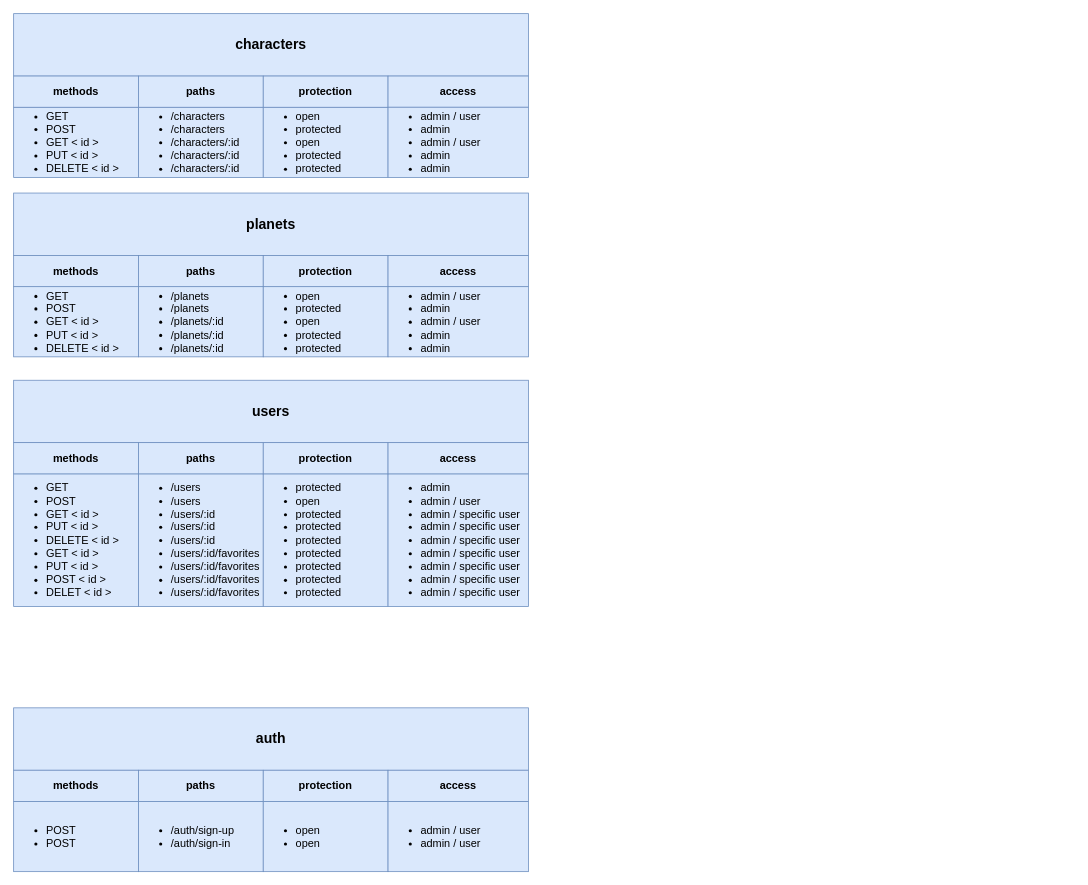
The draw.io diagram page "Page-1" (1 of 2) of diagram.drawio in diego-sepulveda-lavin/starwars-api-nest, before the edit. Source tidied: cells renumbered, new cells numbered last; positions are measured from the earlier drawing's top-left corner, leaving out a move shared by most shapes. Both pictures are drawn from the tidied source at 78%, with x=0, y=0 at pixel (13, 13).
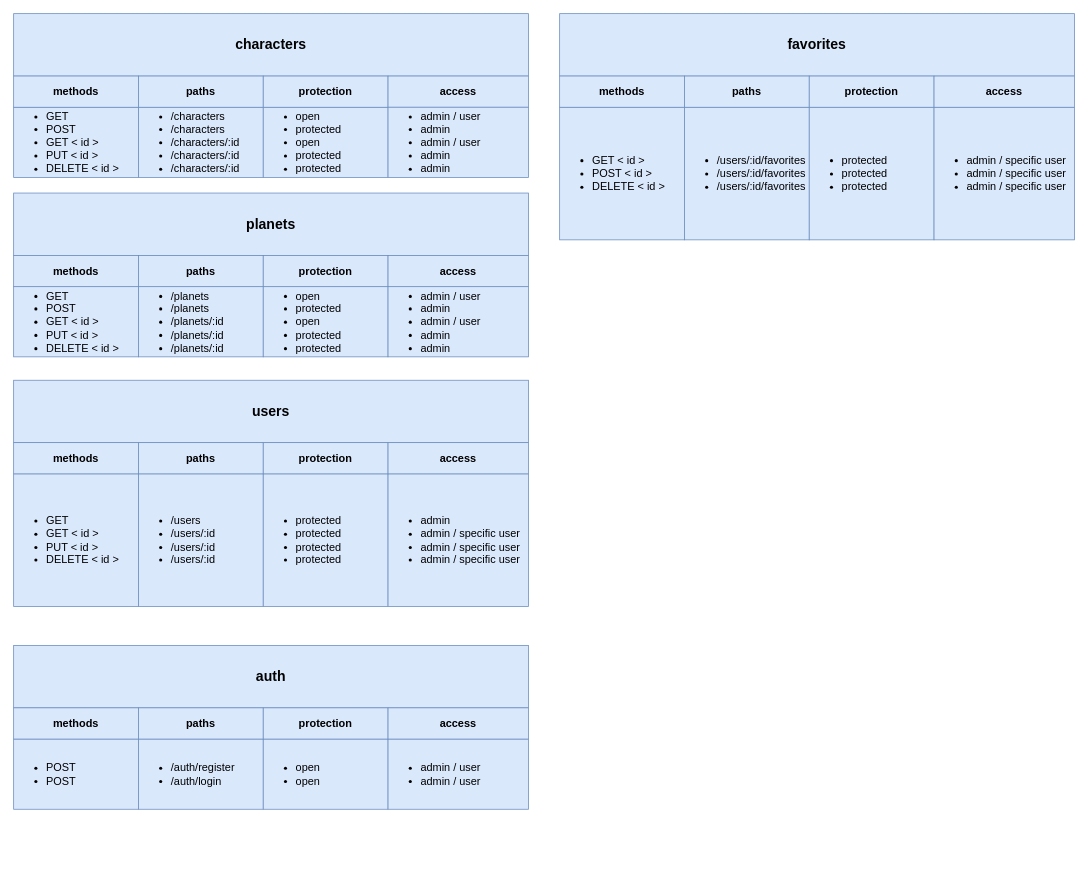
The same diagram, later.

What changed in the source:
```diff
@@
-    <mxCell id="9" value="&lt;ul style=&quot;font-size: 14px&quot;&gt;&lt;li&gt;GET&lt;/li&gt;&lt;li&gt;POST&lt;/li&gt;&lt;li&gt;GET &amp;lt; id &amp;gt;&lt;/li&gt;&lt;li&gt;PUT &amp;lt; id &amp;gt;&lt;/li&gt;&lt;li&gt;DELETE &amp;lt; id &amp;gt;&lt;/li&gt;&lt;li&gt;GET &amp;lt; id &amp;gt;&lt;/li&gt;&lt;li&gt;PUT &amp;lt; id &amp;gt;&lt;/li&gt;&lt;li&gt;POST &amp;lt; id &amp;gt;&lt;/li&gt;&lt;li&gt;DELET &amp;lt; id &amp;gt;&lt;/li&gt;&lt;/ul&gt;" style="whiteSpace=wrap;html=1;align=left;fillColor=#dae8fc;strokeColor=#6c8ebf;" parent="1" vertex="1">
+    <mxCell id="9" value="&lt;ul style=&quot;font-size: 14px&quot;&gt;&lt;li&gt;GET&lt;/li&gt;&lt;li&gt;GET &amp;lt; id &amp;gt;&lt;/li&gt;&lt;li&gt;PUT &amp;lt; id &amp;gt;&lt;/li&gt;&lt;li&gt;DELETE &amp;lt; id &amp;gt;&lt;/li&gt;&lt;/ul&gt;" style="whiteSpace=wrap;html=1;align=left;fillColor=#dae8fc;strokeColor=#6c8ebf;" parent="1" vertex="1">
       <mxGeometry y="590" width="160" height="170" as="geometry" />
     </mxCell>
-    <mxCell id="10" value="&lt;ul style=&quot;font-size: 14px&quot;&gt;&lt;li&gt;/users&lt;/li&gt;&lt;li&gt;/users&lt;/li&gt;&lt;li&gt;/users/:id&lt;/li&gt;&lt;li&gt;/users/:id&lt;/li&gt;&lt;li&gt;/users/:id&lt;/li&gt;&lt;li&gt;/users/:id/favorites&lt;/li&gt;&lt;li&gt;/users/:id/favorites&lt;/li&gt;&lt;li&gt;/users/:id/favorites&lt;/li&gt;&lt;li&gt;/users/:id/favorites&lt;/li&gt;&lt;/ul&gt;" style="whiteSpace=wrap;html=1;align=left;fillColor=#dae8fc;strokeColor=#6c8ebf;" parent="1" vertex="1">
+    <mxCell id="10" value="&lt;ul style=&quot;font-size: 14px&quot;&gt;&lt;li&gt;/users&lt;/li&gt;&lt;li&gt;/users/:id&lt;/li&gt;&lt;li&gt;/users/:id&lt;/li&gt;&lt;li&gt;/users/:id&lt;/li&gt;&lt;/ul&gt;" style="whiteSpace=wrap;html=1;align=left;fillColor=#dae8fc;strokeColor=#6c8ebf;" parent="1" vertex="1">
       <mxGeometry x="160" y="590" width="160" height="170" as="geometry" />
     </mxCell>
     <mxCell id="11" value="&lt;font size=&quot;1&quot;&gt;&lt;b style=&quot;font-size: 18px&quot;&gt;auth&lt;/b&gt;&lt;/font&gt;" style="whiteSpace=wrap;html=1;fillColor=#dae8fc;strokeColor=#6c8ebf;" parent="1" vertex="1">
-      <mxGeometry y="890" width="660" height="80" as="geometry" />
+      <mxGeometry y="810" width="660" height="80" as="geometry" />
     </mxCell>
     <mxCell id="12" value="&lt;ul style=&quot;font-size: 14px&quot;&gt;&lt;li&gt;POST&lt;/li&gt;&lt;li&gt;POST&lt;/li&gt;&lt;/ul&gt;" style="whiteSpace=wrap;html=1;align=left;fillColor=#dae8fc;strokeColor=#6c8ebf;" parent="1" vertex="1">
-      <mxGeometry y="1010" width="160" height="90" as="geometry" />
+      <mxGeometry y="930" width="160" height="90" as="geometry" />
     </mxCell>
-    <mxCell id="13" value="&lt;ul style=&quot;font-size: 14px&quot;&gt;&lt;li&gt;/auth/sign-up&lt;/li&gt;&lt;li&gt;/auth/sign-in&lt;/li&gt;&lt;/ul&gt;" style="whiteSpace=wrap;html=1;align=left;fillColor=#dae8fc;strokeColor=#6c8ebf;" parent="1" vertex="1">
-      <mxGeometry x="160" y="1010" width="160" height="90" as="geometry" />
+    <mxCell id="13" value="&lt;ul style=&quot;font-size: 14px&quot;&gt;&lt;li&gt;/auth/register&lt;/li&gt;&lt;li&gt;/auth/login&lt;/li&gt;&lt;/ul&gt;" style="whiteSpace=wrap;html=1;align=left;fillColor=#dae8fc;strokeColor=#6c8ebf;" parent="1" vertex="1">
+      <mxGeometry x="160" y="930" width="160" height="90" as="geometry" />
     </mxCell>
@@
-    <mxCell id="15" value="&lt;ul style=&quot;font-size: 14px&quot;&gt;&lt;li&gt;protected&lt;/li&gt;&lt;li&gt;open&lt;/li&gt;&lt;li&gt;protected&lt;/li&gt;&lt;li&gt;protected&lt;/li&gt;&lt;li&gt;protected&lt;/li&gt;&lt;li&gt;protected&lt;/li&gt;&lt;li&gt;protected&lt;/li&gt;&lt;li&gt;protected&lt;/li&gt;&lt;li&gt;protected&lt;/li&gt;&lt;/ul&gt;" style="whiteSpace=wrap;html=1;align=left;fillColor=#dae8fc;strokeColor=#6c8ebf;" parent="1" vertex="1">
+    <mxCell id="15" value="&lt;ul style=&quot;font-size: 14px&quot;&gt;&lt;li&gt;protected&lt;/li&gt;&lt;li&gt;protected&lt;/li&gt;&lt;li&gt;protected&lt;/li&gt;&lt;li&gt;protected&lt;/li&gt;&lt;/ul&gt;" style="whiteSpace=wrap;html=1;align=left;fillColor=#dae8fc;strokeColor=#6c8ebf;" parent="1" vertex="1">
       <mxGeometry x="320" y="590" width="160" height="170" as="geometry" />
     </mxCell>
-    <mxCell id="16" value="&lt;ul style=&quot;font-size: 14px&quot;&gt;&lt;li&gt;admin&lt;/li&gt;&lt;li&gt;admin / user&lt;/li&gt;&lt;li&gt;admin / specific user&lt;/li&gt;&lt;li&gt;admin / specific user&lt;/li&gt;&lt;li&gt;admin / specific user&lt;/li&gt;&lt;li&gt;admin / specific user&lt;/li&gt;&lt;li&gt;admin / specific user&lt;/li&gt;&lt;li&gt;admin / specific user&lt;/li&gt;&lt;li&gt;admin / specific user&lt;/li&gt;&lt;/ul&gt;" style="whiteSpace=wrap;html=1;align=left;fillColor=#dae8fc;strokeColor=#6c8ebf;" parent="1" vertex="1">
+    <mxCell id="16" value="&lt;ul style=&quot;font-size: 14px&quot;&gt;&lt;li&gt;admin&lt;/li&gt;&lt;li&gt;admin / specific user&lt;/li&gt;&lt;li&gt;admin / specific user&lt;/li&gt;&lt;li&gt;admin / specific user&lt;/li&gt;&lt;/ul&gt;" style="whiteSpace=wrap;html=1;align=left;fillColor=#dae8fc;strokeColor=#6c8ebf;" parent="1" vertex="1">
       <mxGeometry x="480" y="590" width="180" height="170" as="geometry" />
     </mxCell>
@@
     <mxCell id="19" value="&lt;ul style=&quot;font-size: 14px&quot;&gt;&lt;li&gt;open&lt;/li&gt;&lt;li&gt;open&lt;/li&gt;&lt;/ul&gt;" style="whiteSpace=wrap;html=1;align=left;fillColor=#dae8fc;strokeColor=#6c8ebf;" parent="1" vertex="1">
-      <mxGeometry x="320" y="1010" width="160" height="90" as="geometry" />
+      <mxGeometry x="320" y="930" width="160" height="90" as="geometry" />
     </mxCell>
     <mxCell id="20" value="&lt;ul style=&quot;font-size: 14px&quot;&gt;&lt;li&gt;admin / user&lt;/li&gt;&lt;li&gt;admin / user&lt;/li&gt;&lt;/ul&gt;" style="whiteSpace=wrap;html=1;align=left;fillColor=#dae8fc;strokeColor=#6c8ebf;" parent="1" vertex="1">
-      <mxGeometry x="480" y="1010" width="180" height="90" as="geometry" />
+      <mxGeometry x="480" y="930" width="180" height="90" as="geometry" />
     </mxCell>
@@
     <mxCell id="33" value="&lt;div&gt;&lt;span style=&quot;font-size: 14px&quot;&gt;methods&lt;/span&gt;&lt;/div&gt;" style="whiteSpace=wrap;html=1;align=center;fillColor=#dae8fc;strokeColor=#6c8ebf;fontStyle=1;" parent="1" vertex="1">
-      <mxGeometry y="970" width="160" height="40" as="geometry" />
+      <mxGeometry y="890" width="160" height="40" as="geometry" />
     </mxCell>
     <mxCell id="34" value="&lt;div&gt;&lt;span style=&quot;font-size: 14px&quot;&gt;paths&lt;/span&gt;&lt;/div&gt;" style="whiteSpace=wrap;html=1;align=center;fillColor=#dae8fc;strokeColor=#6c8ebf;fontStyle=1;" parent="1" vertex="1">
-      <mxGeometry x="160" y="970" width="160" height="40" as="geometry" />
+      <mxGeometry x="160" y="890" width="160" height="40" as="geometry" />
     </mxCell>
     <mxCell id="35" value="&lt;span style=&quot;font-size: 14px&quot;&gt;protection&lt;/span&gt;" style="whiteSpace=wrap;html=1;align=center;fillColor=#dae8fc;strokeColor=#6c8ebf;fontStyle=1;" parent="1" vertex="1">
-      <mxGeometry x="320" y="970" width="160" height="40" as="geometry" />
+      <mxGeometry x="320" y="890" width="160" height="40" as="geometry" />
     </mxCell>
     <mxCell id="36" value="&lt;span style=&quot;font-size: 14px&quot;&gt;access&lt;/span&gt;" style="whiteSpace=wrap;html=1;align=center;fillColor=#dae8fc;strokeColor=#6c8ebf;fontStyle=1;" parent="1" vertex="1">
-      <mxGeometry x="480" y="970" width="180" height="40" as="geometry" />
+      <mxGeometry x="480" y="890" width="180" height="40" as="geometry" />
     </mxCell>
@@
+    <mxCell id="38" value="&lt;font size=&quot;1&quot;&gt;&lt;b style=&quot;font-size: 18px&quot;&gt;favorites&lt;/b&gt;&lt;/font&gt;" style="whiteSpace=wrap;html=1;fillColor=#dae8fc;strokeColor=#6c8ebf;" parent="1" vertex="1">
+      <mxGeometry x="700" width="660" height="80" as="geometry" />
+    </mxCell>
+    <mxCell id="39" value="&lt;ul style=&quot;font-size: 14px&quot;&gt;&lt;li&gt;GET &amp;lt; id &amp;gt;&lt;/li&gt;&lt;li&gt;POST &amp;lt; id &amp;gt;&lt;/li&gt;&lt;li&gt;DELETE &amp;lt; id &amp;gt;&lt;/li&gt;&lt;/ul&gt;" style="whiteSpace=wrap;html=1;align=left;fillColor=#dae8fc;strokeColor=#6c8ebf;" parent="1" vertex="1">
+      <mxGeometry x="700" y="120" width="160" height="170" as="geometry" />
+    </mxCell>
+    <mxCell id="40" value="&lt;ul style=&quot;font-size: 14px&quot;&gt;&lt;li&gt;/users/:id/favorites&lt;/li&gt;&lt;li&gt;/users/:id/favorites&lt;/li&gt;&lt;li&gt;/users/:id/favorites&lt;/li&gt;&lt;/ul&gt;" style="whiteSpace=wrap;html=1;align=left;fillColor=#dae8fc;strokeColor=#6c8ebf;" parent="1" vertex="1">
+      <mxGeometry x="860" y="120" width="160" height="170" as="geometry" />
+    </mxCell>
+    <mxCell id="41" value="&lt;ul style=&quot;font-size: 14px&quot;&gt;&lt;li&gt;&lt;span&gt;protected&lt;/span&gt;&lt;br&gt;&lt;/li&gt;&lt;li&gt;protected&lt;/li&gt;&lt;li&gt;protected&lt;/li&gt;&lt;/ul&gt;" style="whiteSpace=wrap;html=1;align=left;fillColor=#dae8fc;strokeColor=#6c8ebf;" parent="1" vertex="1">
+      <mxGeometry x="1020" y="120" width="160" height="170" as="geometry" />
+    </mxCell>
+    <mxCell id="42" value="&lt;ul style=&quot;font-size: 14px&quot;&gt;&lt;li&gt;admin / specific user&lt;/li&gt;&lt;li&gt;admin / specific user&lt;/li&gt;&lt;li&gt;admin / specific user&lt;/li&gt;&lt;/ul&gt;" style="whiteSpace=wrap;html=1;align=left;fillColor=#dae8fc;strokeColor=#6c8ebf;" parent="1" vertex="1">
+      <mxGeometry x="1180" y="120" width="180" height="170" as="geometry" />
+    </mxCell>
+    <mxCell id="43" value="&lt;div&gt;&lt;span style=&quot;font-size: 14px&quot;&gt;methods&lt;/span&gt;&lt;/div&gt;" style="whiteSpace=wrap;html=1;align=center;fillColor=#dae8fc;strokeColor=#6c8ebf;fontStyle=1;" parent="1" vertex="1">
+      <mxGeometry x="700" y="80" width="160" height="40" as="geometry" />
+    </mxCell>
+    <mxCell id="44" value="&lt;div&gt;&lt;span style=&quot;font-size: 14px&quot;&gt;paths&lt;/span&gt;&lt;/div&gt;" style="whiteSpace=wrap;html=1;align=center;fillColor=#dae8fc;strokeColor=#6c8ebf;fontStyle=1;" parent="1" vertex="1">
+      <mxGeometry x="860" y="80" width="160" height="40" as="geometry" />
+    </mxCell>
+    <mxCell id="45" value="&lt;span style=&quot;font-size: 14px&quot;&gt;protection&lt;/span&gt;" style="whiteSpace=wrap;html=1;align=center;fillColor=#dae8fc;strokeColor=#6c8ebf;fontStyle=1;" parent="1" vertex="1">
+      <mxGeometry x="1020" y="80" width="160" height="40" as="geometry" />
+    </mxCell>
+    <mxCell id="46" value="&lt;span style=&quot;font-size: 14px&quot;&gt;access&lt;/span&gt;" style="whiteSpace=wrap;html=1;align=center;fillColor=#dae8fc;strokeColor=#6c8ebf;fontStyle=1;" parent="1" vertex="1">
+      <mxGeometry x="1180" y="80" width="180" height="40" as="geometry" />
+    </mxCell>
```
